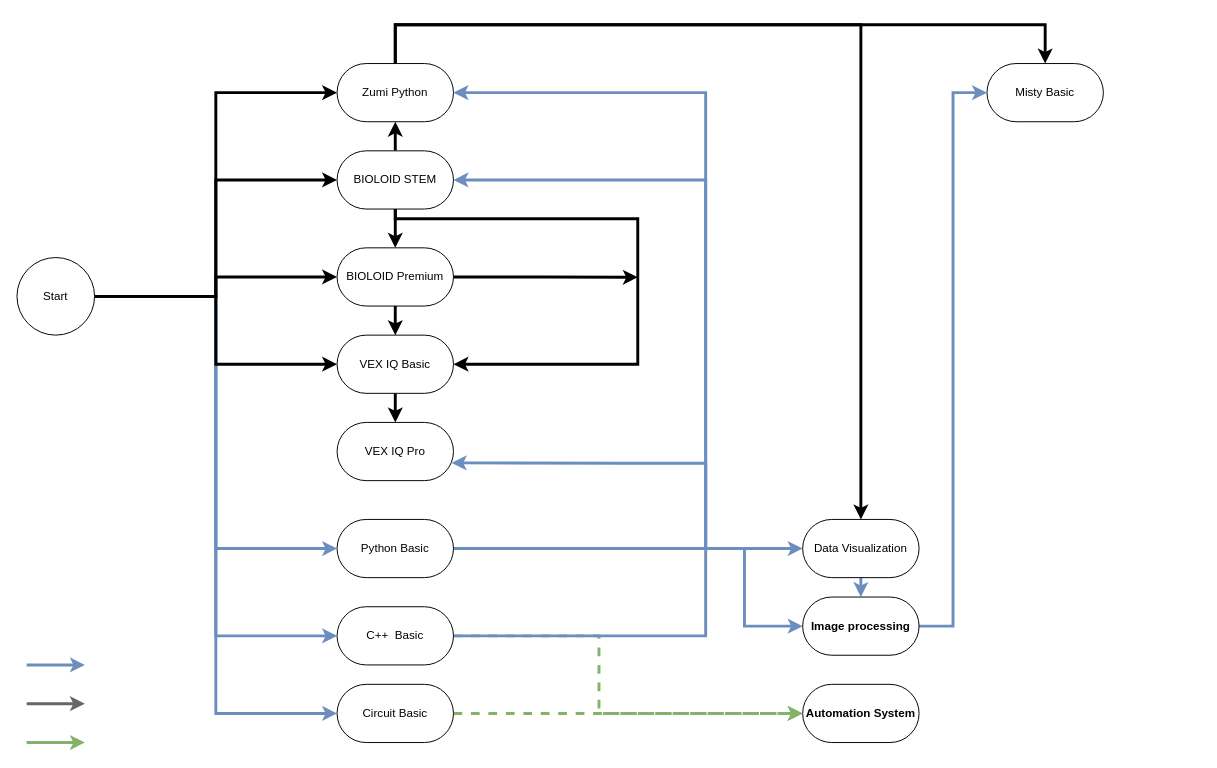
Above: Untitled Diagram.drawio in jarvisN/non2023 (draw.io), before the change. Source tidied: cells renumbered, new cells numbered last; positions are measured from the earlier drawing's top-left corner, leaving out a move shared by most shapes. Both pictures are drawn from the tidied source at 97%, with x=0, y=0 at pixel (16, 24).
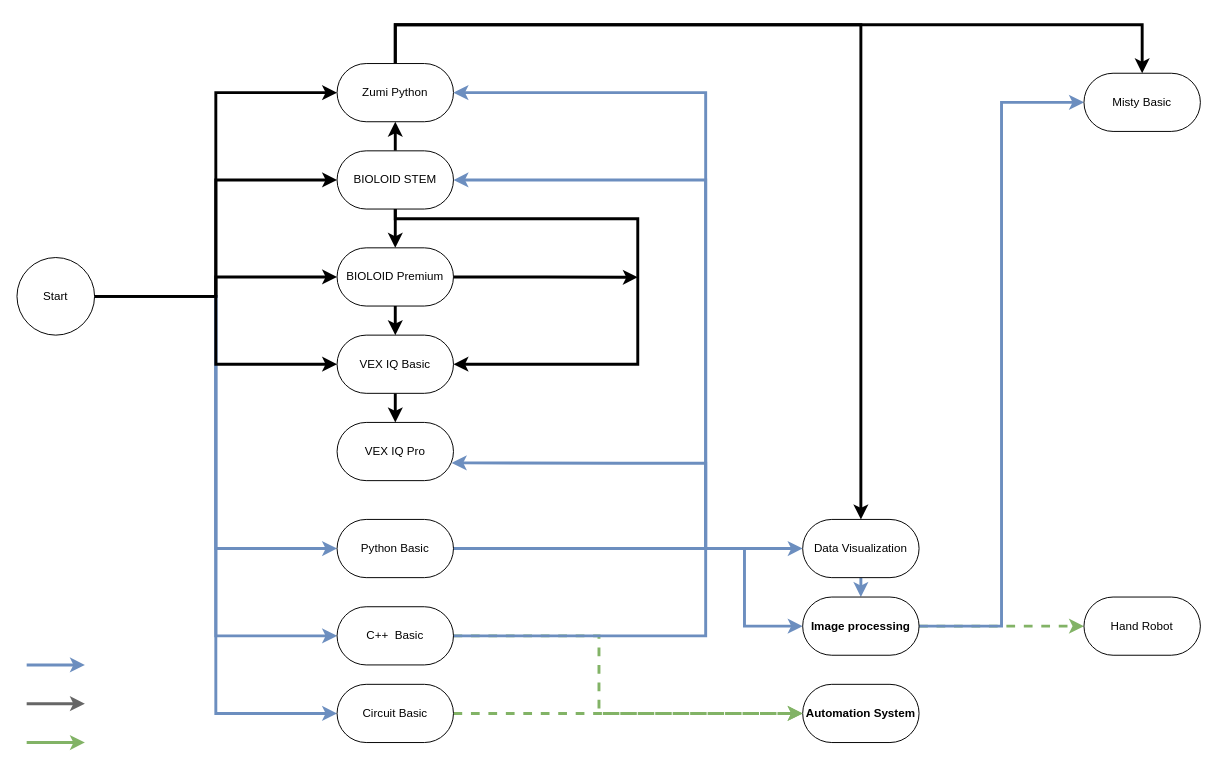
Above is the later version.

The change refers to these unchanged cells:
```xml
<mxCell id="4" value="Zumi Python" style="rounded=1;whiteSpace=wrap;html=1;arcSize=50;" parent="1" vertex="1">
  <mxGeometry x="330" y="40" width="120" height="60" as="geometry" />
</mxCell>
<mxCell id="37" value="Image processing" style="rounded=1;whiteSpace=wrap;html=1;arcSize=50;fontStyle=1;" parent="1" vertex="1">
  <mxGeometry x="810" y="590" width="120" height="60" as="geometry" />
</mxCell>
```

The edit, as a diff of the source:
```diff
@@
     <mxCell id="3" style="edgeStyle=orthogonalEdgeStyle;rounded=0;jettySize=auto;html=1;exitX=0.5;exitY=0;exitDx=0;exitDy=0;entryX=0.5;entryY=0;entryDx=0;entryDy=0;strokeWidth=3;" parent="1" edge="1" source="4" target="41">
       <mxGeometry relative="1" as="geometry">
         <Array as="points">
           <mxPoint x="390" />
-          <mxPoint x="1060" />
+          <mxPoint x="1160" />
         </Array>
       </mxGeometry>
     </mxCell>
@@
+    <mxCell id="42" style="edgeStyle=orthogonalEdgeStyle;rounded=0;jettySize=auto;html=1;exitX=1;exitY=0.5;exitDx=0;exitDy=0;strokeWidth=3;dashed=1;fillColor=#d5e8d4;strokeColor=#82b366;" parent="1" edge="1" source="37" target="43">
+      <mxGeometry relative="1" as="geometry" />
+    </mxCell>
@@
     <mxCell id="41" value="Misty Basic" style="rounded=1;whiteSpace=wrap;html=1;arcSize=50;" parent="1" vertex="1">
-      <mxGeometry x="1000" y="40" width="120" height="60" as="geometry" />
+      <mxGeometry x="1100" y="50" width="120" height="60" as="geometry" />
     </mxCell>
+    <mxCell id="43" value="Hand Robot" style="rounded=1;whiteSpace=wrap;html=1;arcSize=50;" parent="1" vertex="1">
+      <mxGeometry x="1100" y="590" width="120" height="60" as="geometry" />
+    </mxCell>
```
